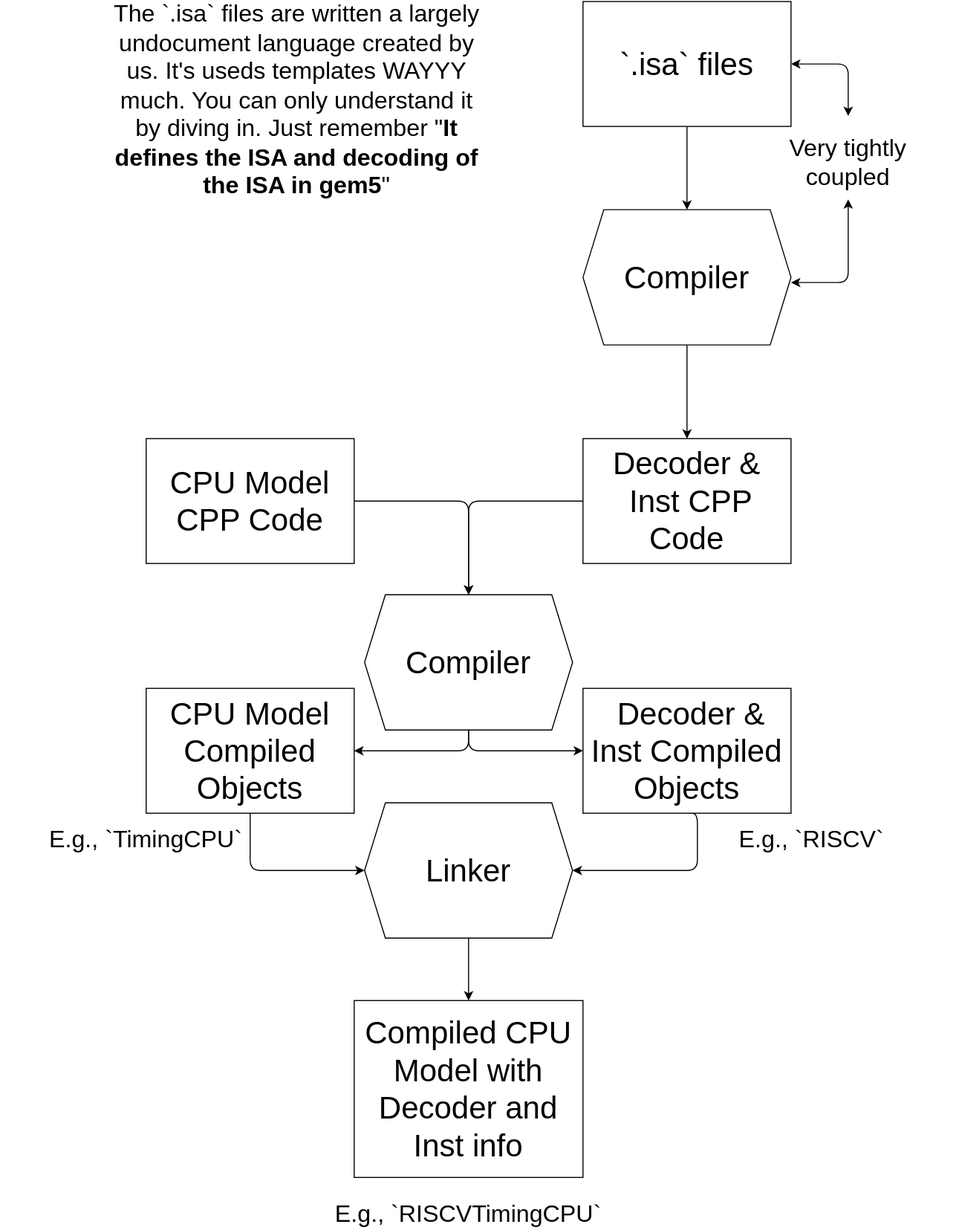
This is slides/03-Developing-gem5-models/05-modeling-cores-img/isa-definition-translation.svg from gem5bootcamp/bootcamp, a draw.io export, as it was before one commit. Source tidied: cells renumbered, new cells last; positions are measured from the earlier drawing's top-left corner, leaving out a move shared by most shapes.
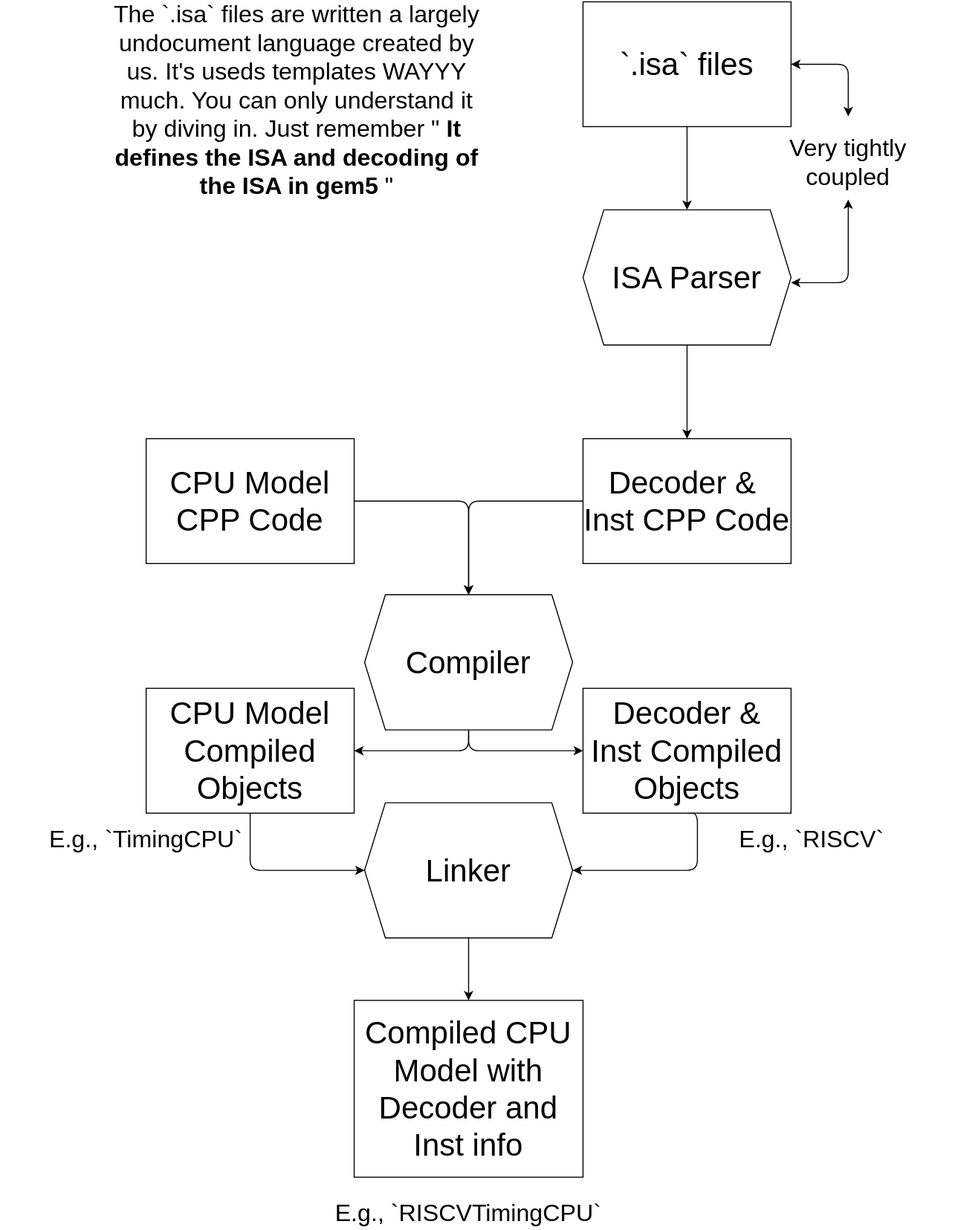
After the commit.

What changed in the source:
```diff
@@ -109,7 +109,7 @@
     <mxCell id="25" value="The `.isa` files are written a largely undocument language created by us. It's useds templates WAYYY much. You can only understand it by diving in. Just remember &quot;&lt;b&gt;It defines the ISA and decoding of the ISA in gem5&lt;/b&gt;&quot;" style="text;html=1;strokeColor=none;fillColor=none;align=center;verticalAlign=middle;whiteSpace=wrap;rounded=0;fontSize=23;" parent="1" vertex="1">
       <mxGeometry x="105" y="80" width="360" height="30" as="geometry" />
     </mxCell>
-    <mxCell id="26" value="Compiler" style="shape=hexagon;perimeter=hexagonPerimeter2;whiteSpace=wrap;html=1;fixedSize=1;fontSize=30;" parent="1" vertex="1">
+    <mxCell id="26" value="ISA Parser" style="shape=hexagon;perimeter=hexagonPerimeter2;whiteSpace=wrap;html=1;fixedSize=1;fontSize=30;" parent="1" vertex="1">
       <mxGeometry x="560" y="200" width="200" height="130" as="geometry" />
     </mxCell>
   </root>
```
